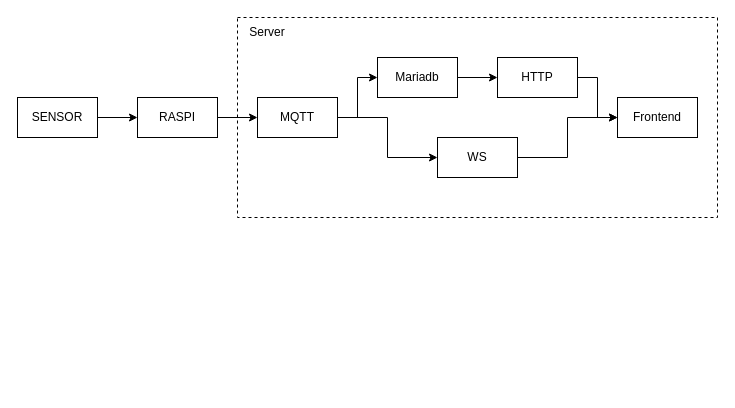
Above: Flow HEB.drawio in Henzine/heb-flow (draw.io), before the change. Source tidied: cells renumbered, new cells numbered last; positions are measured from the earlier drawing's top-left corner, leaving out a move shared by most shapes. Both pictures are drawn from the tidied source at 100%, with x=0, y=0 at pixel (17, 17).
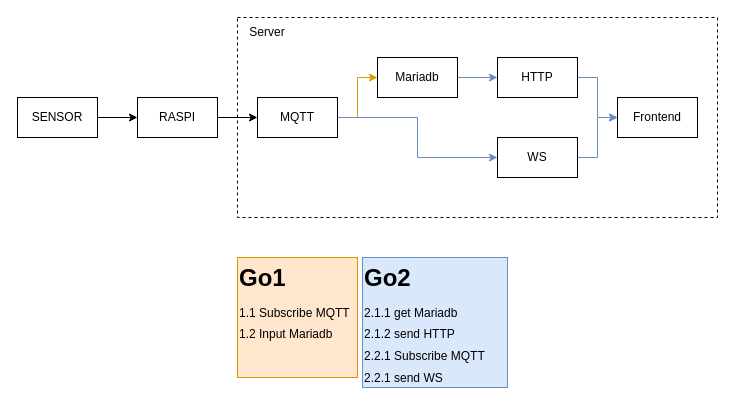
The same page after the edit.

Diff of the diagram source:
```diff
@@
 <mxGraphModel>
   <root>
     <mxCell id="0" />
     <mxCell id="1" parent="0" />
+    <mxCell id="16" style="rounded=0;whiteSpace=wrap;html=1;fillColor=none;dashed=1;align=left;" parent="1" vertex="1">
+      <mxGeometry x="220" width="480" height="200" as="geometry" />
+    </mxCell>
     <mxCell id="2" style="edgeStyle=orthogonalEdgeStyle;rounded=0;jettySize=auto;html=1;entryX=0;entryY=0.5;entryDx=0;entryDy=0;" parent="1" edge="1" source="3" target="5">
       <mxGeometry relative="1" as="geometry" />
     </mxCell>
     <mxCell id="3" value="SENSOR" style="rounded=0;whiteSpace=wrap;html=1;" parent="1" vertex="1">
       <mxGeometry y="80" width="80" height="40" as="geometry" />
     </mxCell>
     <mxCell id="4" style="edgeStyle=orthogonalEdgeStyle;rounded=0;jettySize=auto;html=1;" parent="1" edge="1" source="5" target="8">
       <mxGeometry relative="1" as="geometry" />
     </mxCell>
     <mxCell id="5" value="RASPI" style="rounded=0;whiteSpace=wrap;html=1;" parent="1" vertex="1">
       <mxGeometry x="120" y="80" width="80" height="40" as="geometry" />
     </mxCell>
-    <mxCell id="6" style="edgeStyle=orthogonalEdgeStyle;rounded=0;jettySize=auto;html=1;" parent="1" edge="1" source="8" target="10">
+    <mxCell id="6" style="edgeStyle=orthogonalEdgeStyle;rounded=0;jettySize=auto;html=1;fillColor=#ffe6cc;strokeColor=#d79b00;" parent="1" edge="1" source="8" target="10">
       <mxGeometry relative="1" as="geometry" />
     </mxCell>
-    <mxCell id="7" style="edgeStyle=orthogonalEdgeStyle;rounded=0;jettySize=auto;html=1;" parent="1" edge="1" source="8" target="12">
+    <mxCell id="7" style="edgeStyle=orthogonalEdgeStyle;rounded=0;jettySize=auto;html=1;fillColor=#dae8fc;strokeColor=#6c8ebf;" parent="1" edge="1" source="8" target="12">
       <mxGeometry relative="1" as="geometry" />
     </mxCell>
     <mxCell id="8" value="MQTT" style="rounded=0;whiteSpace=wrap;html=1;" parent="1" vertex="1">
       <mxGeometry x="240" y="80" width="80" height="40" as="geometry" />
     </mxCell>
-    <mxCell id="9" style="edgeStyle=orthogonalEdgeStyle;rounded=0;jettySize=auto;html=1;entryX=0;entryY=0.5;entryDx=0;entryDy=0;" parent="1" edge="1" source="10" target="14">
+    <mxCell id="9" style="edgeStyle=orthogonalEdgeStyle;rounded=0;jettySize=auto;html=1;entryX=0;entryY=0.5;entryDx=0;entryDy=0;fillColor=#dae8fc;strokeColor=#6c8ebf;" parent="1" edge="1" source="10" target="14">
       <mxGeometry relative="1" as="geometry" />
     </mxCell>
     <mxCell id="10" value="Mariadb" style="rounded=0;whiteSpace=wrap;html=1;" parent="1" vertex="1">
       <mxGeometry x="360" y="40" width="80" height="40" as="geometry" />
     </mxCell>
-    <mxCell id="11" style="edgeStyle=orthogonalEdgeStyle;rounded=0;jettySize=auto;html=1;entryX=0;entryY=0.5;entryDx=0;entryDy=0;" parent="1" edge="1" source="12" target="15">
+    <mxCell id="11" style="edgeStyle=orthogonalEdgeStyle;rounded=0;jettySize=auto;html=1;entryX=0;entryY=0.5;entryDx=0;entryDy=0;fillColor=#dae8fc;strokeColor=#6c8ebf;" parent="1" edge="1" source="12" target="15">
       <mxGeometry relative="1" as="geometry" />
     </mxCell>
     <mxCell id="12" value="WS" style="rounded=0;whiteSpace=wrap;html=1;" parent="1" vertex="1">
-      <mxGeometry x="420" y="120" width="80" height="40" as="geometry" />
+      <mxGeometry x="480" y="120" width="80" height="40" as="geometry" />
     </mxCell>
-    <mxCell id="13" style="edgeStyle=orthogonalEdgeStyle;rounded=0;jettySize=auto;html=1;" parent="1" edge="1" source="14" target="15">
+    <mxCell id="13" style="edgeStyle=orthogonalEdgeStyle;rounded=0;jettySize=auto;html=1;fillColor=#dae8fc;strokeColor=#6c8ebf;" parent="1" edge="1" source="14" target="15">
       <mxGeometry relative="1" as="geometry" />
     </mxCell>
     <mxCell id="14" value="HTTP" style="rounded=0;whiteSpace=wrap;html=1;" parent="1" vertex="1">
       <mxGeometry x="480" y="40" width="80" height="40" as="geometry" />
     </mxCell>
     <mxCell id="15" value="Frontend" style="rounded=0;whiteSpace=wrap;html=1;" parent="1" vertex="1">
       <mxGeometry x="600" y="80" width="80" height="40" as="geometry" />
     </mxCell>
-    <mxCell id="16" style="rounded=0;whiteSpace=wrap;html=1;fillColor=none;dashed=1;align=left;" parent="1" vertex="1">
-      <mxGeometry x="220" width="480" height="200" as="geometry" />
-    </mxCell>
     <mxCell id="17" value="Server" style="text;html=1;align=center;verticalAlign=middle;whiteSpace=wrap;rounded=0;" parent="1" vertex="1">
       <mxGeometry x="220" width="60" height="30" as="geometry" />
     </mxCell>
+    <mxCell id="18" value="&lt;h1 style=&quot;margin-top: 0px;&quot;&gt;Go1&lt;/h1&gt;&lt;p style=&quot;line-height: 80%;&quot;&gt;1.1 Subscribe MQTT&lt;/p&gt;&lt;p style=&quot;line-height: 80%;&quot;&gt;1.2 Input Mariadb&lt;/p&gt;" style="text;html=1;whiteSpace=wrap;overflow=hidden;rounded=0;fillColor=#ffe6cc;strokeColor=#d79b00;" parent="1" vertex="1">
+      <mxGeometry x="220" y="240" width="120" height="120" as="geometry" />
+    </mxCell>
+    <mxCell id="19" value="&lt;h1 style=&quot;margin-top: 0px;&quot;&gt;Go2&lt;/h1&gt;&lt;p style=&quot;line-height: 9.6px;&quot;&gt;&lt;span style=&quot;background-color: initial;&quot;&gt;2.1.1 get Mariadb&lt;/span&gt;&lt;br&gt;&lt;/p&gt;&lt;p style=&quot;line-height: 9.6px;&quot;&gt;2.1.2 send HTTP&lt;/p&gt;&lt;p style=&quot;line-height: 80%;&quot;&gt;2.2.1 Subscribe MQTT&lt;/p&gt;&lt;p style=&quot;line-height: 80%;&quot;&gt;2.2.1 send WS&lt;/p&gt;&lt;p style=&quot;line-height: 80%;&quot;&gt;&lt;br&gt;&lt;/p&gt;" style="text;html=1;whiteSpace=wrap;overflow=hidden;rounded=0;fillColor=#dae8fc;strokeColor=#6c8ebf;" parent="1" vertex="1">
+      <mxGeometry x="345" y="240" width="145" height="130" as="geometry" />
+    </mxCell>
   </root>
 </mxGraphModel>
```
